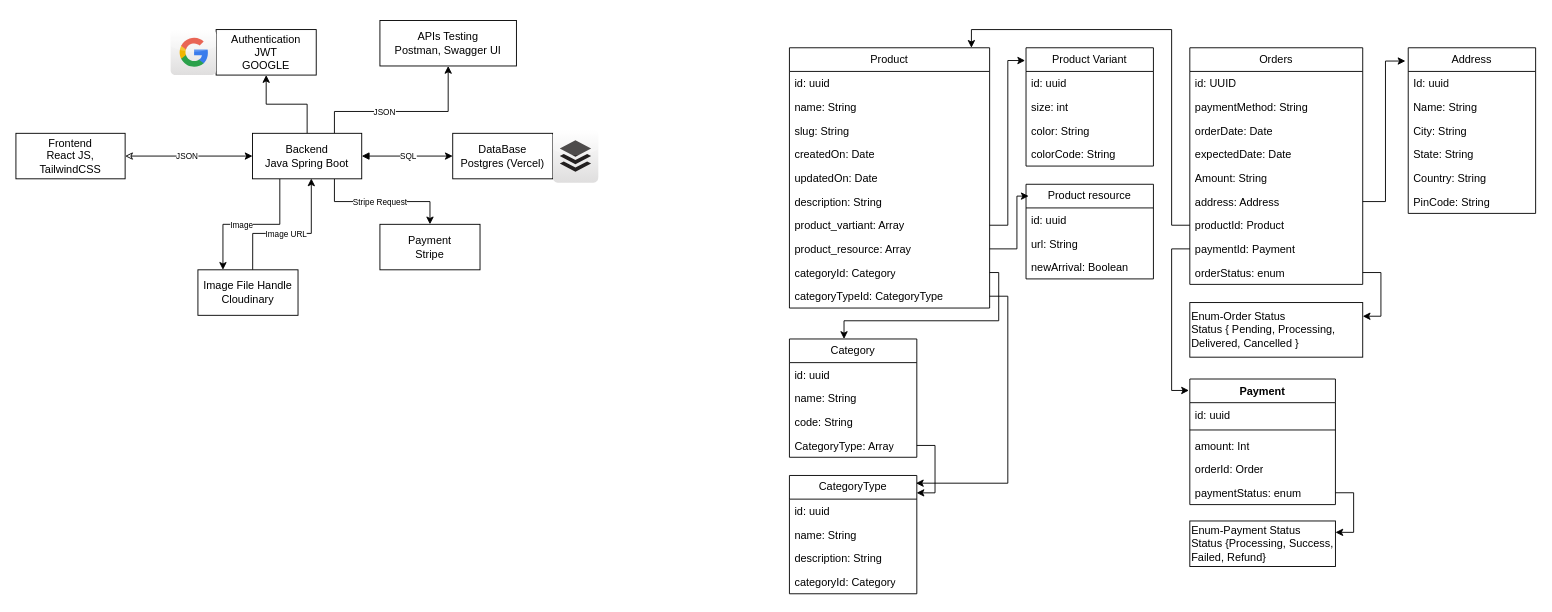
Nikhil-keshri2213/DSA_Practice_Skills keeps this draw.io diagram as ShopEase.drawio. Above is the earlier version. Source tidied: cells renumbered, new cells numbered last; positions are measured from the earlier drawing's top-left corner, leaving out a move shared by most shapes. Both pictures are drawn from the tidied source at 91%, with x=0, y=0 at pixel (15, 20).
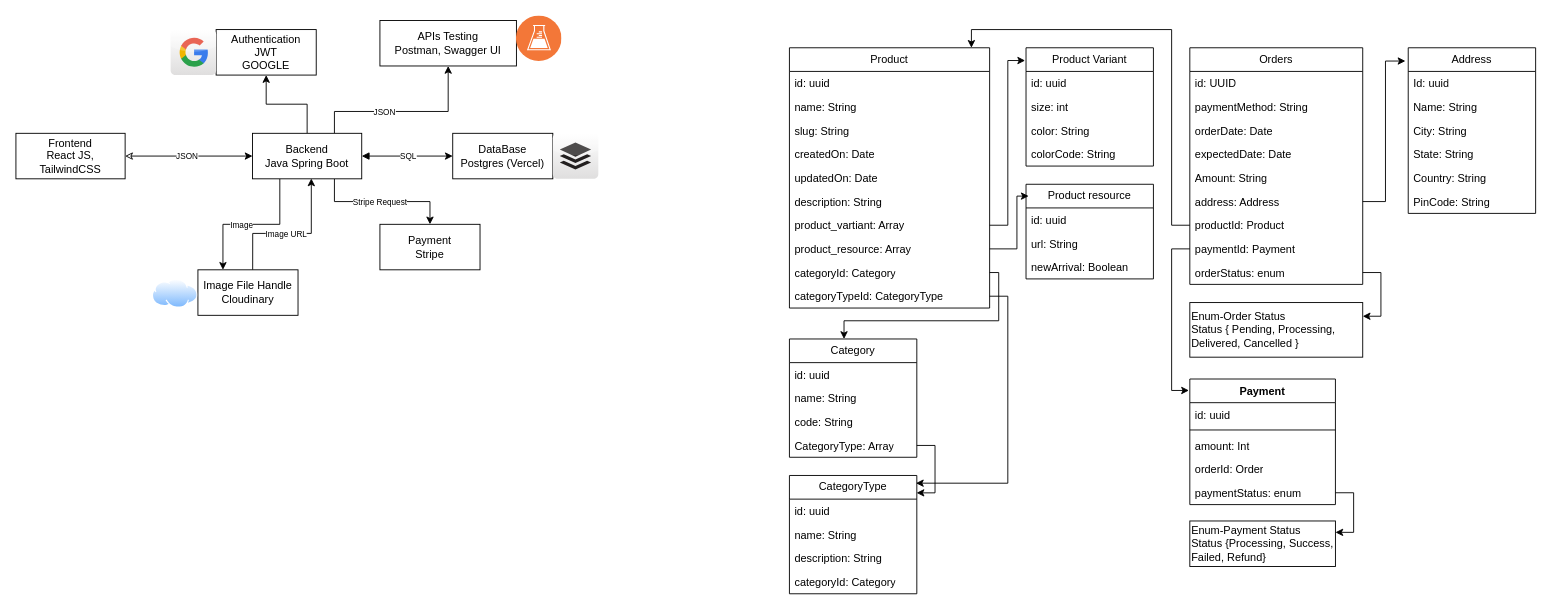
The same page after the edit.

What changed in the source:
```diff
@@
     <mxCell id="74" style="dashed=0;html=1;align=center;labelPosition=center;verticalLabelPosition=bottom;verticalAlign=top;shape=mxgraph.webicons.buffer;gradientColor=#DFDEDE;" parent="1" vertex="1">
-      <mxGeometry x="590" y="119.8" width="50" height="58.4" as="geometry" />
+      <mxGeometry x="590" y="124" width="50" height="50" as="geometry" />
     </mxCell>
@@
+    <mxCell id="89" style="image;perimeter=ellipsePerimeter;html=1;align=center;shadow=0;dashed=0;spacingTop=3;image=img/lib/active_directory/internet_cloud.svg;" parent="1" vertex="1">
+      <mxGeometry x="150" y="284.5" width="50" height="31.5" as="geometry" />
+    </mxCell>
+    <mxCell id="90" style="image;perimeter=ellipsePerimeter;html=1;align=center;shadow=0;dashed=0;fontColor=#4277BB;labelBackgroundColor=default;fontSize=12;spacingTop=3;image=img/lib/ibm/devops/continuous_testing.svg;" parent="1" vertex="1">
+      <mxGeometry x="550" y="-5" width="50" height="50" as="geometry" />
+    </mxCell>
```
